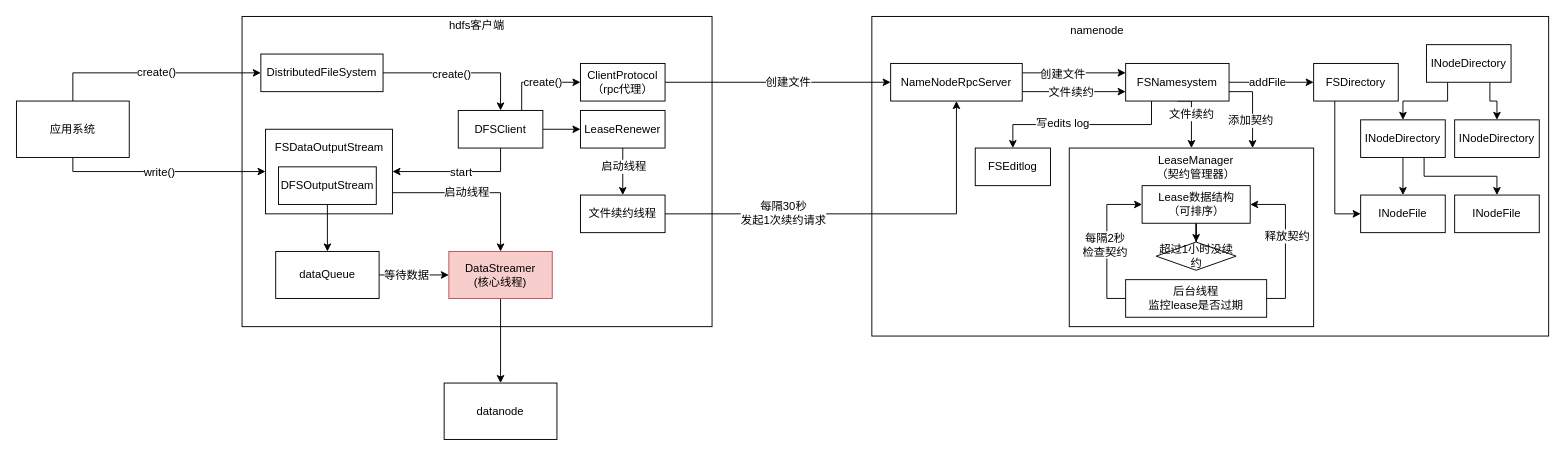
Before: hdfs/07_hdfs文件上传.drawio in chenshuai1995/a-imgs, a draw.io diagram. Source tidied: cells renumbered, new cells numbered last; positions are measured from the earlier drawing's top-left corner, leaving out a move shared by most shapes. Both pictures are drawn from the tidied source at 94%, with x=0, y=0 at pixel (16, 16).
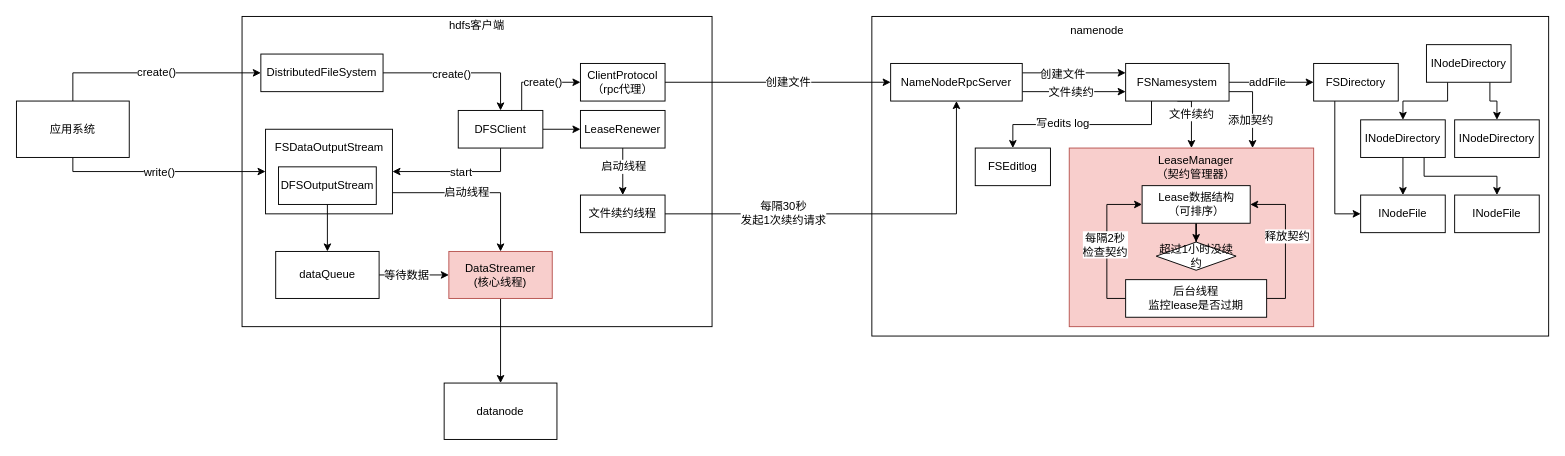
The same diagram, later.

Commit message (it also covers changes not shown here):
更新07_hdfs文件上传.drawio

Diff of the diagram source:
```diff
@@
-    <mxCell id="67" style="rounded=0;whiteSpace=wrap;html=1;" parent="1" vertex="1">
+    <mxCell id="67" style="rounded=0;whiteSpace=wrap;html=1;fillColor=#f8cecc;strokeColor=#b85450;" parent="1" vertex="1">
       <mxGeometry x="1120" y="140" width="260" height="190" as="geometry" />
     </mxCell>
```
